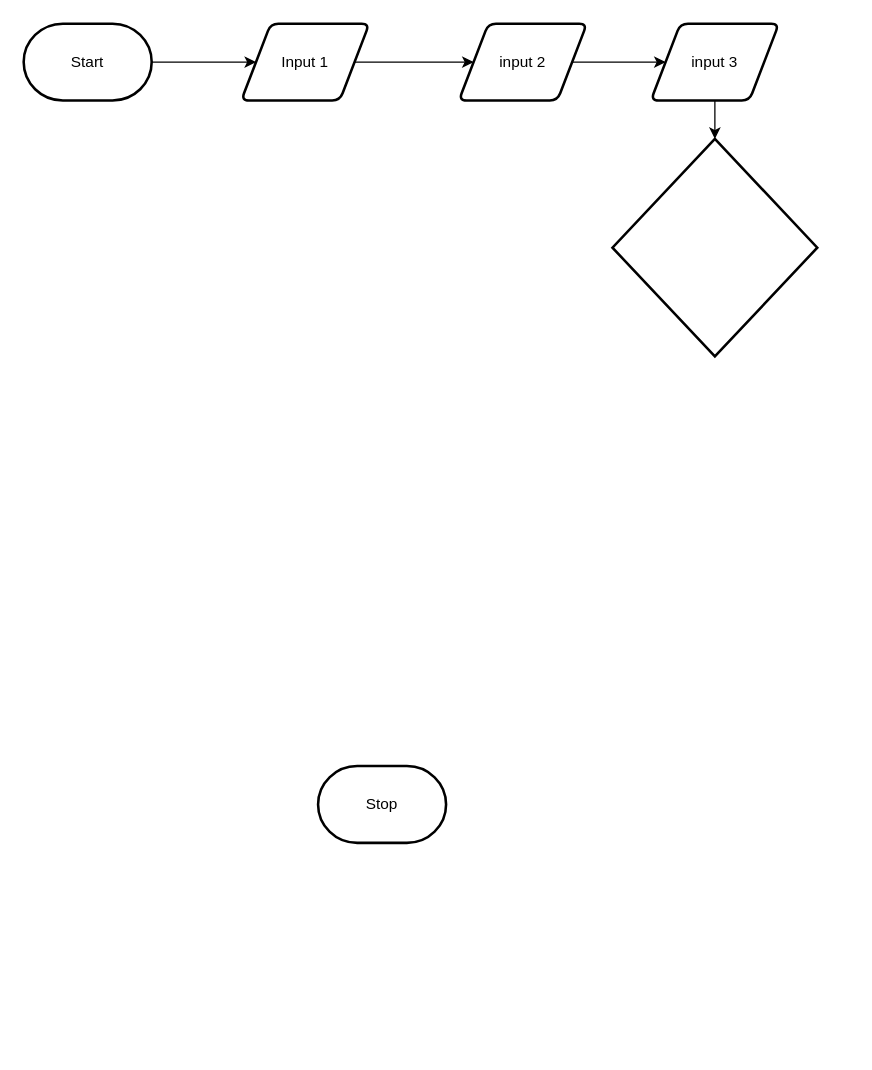
Above: design/flow-chart.drawio in Emmanuel-Fofeyin/ICS2O-Unit5-05-HTML (draw.io), before the change. Source tidied: cells renumbered, new cells numbered last; positions are measured from the earlier drawing's top-left corner, leaving out a move shared by most shapes. Both pictures are drawn from the tidied source at 128%, with x=0, y=0 at pixel (23, 23).
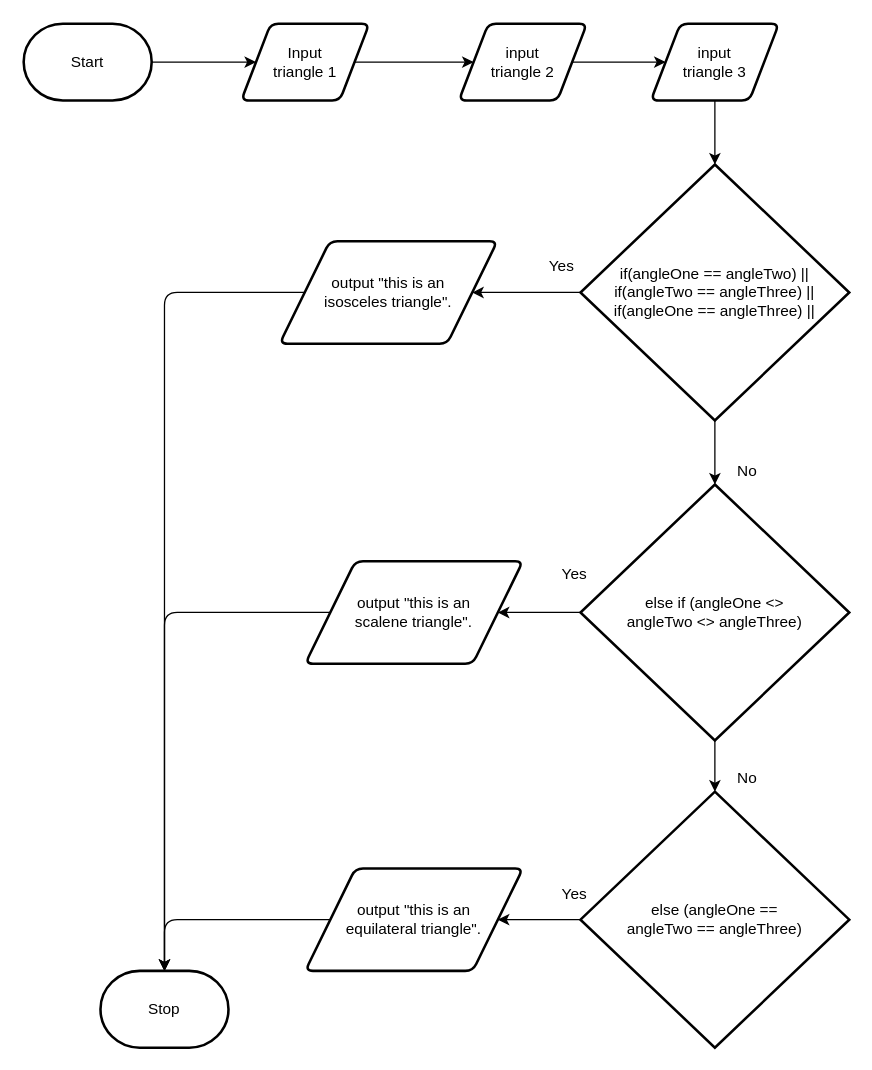
The same page after the edit.

Change to the diagram source:
```diff
@@
-    <mxCell id="5" value="Input 1" style="shape=parallelogram;html=1;strokeWidth=2;perimeter=parallelogramPerimeter;whiteSpace=wrap;rounded=1;arcSize=12;size=0.23;" parent="1" vertex="1">
+    <mxCell id="5" value="Input&lt;br&gt;triangle 1" style="shape=parallelogram;html=1;strokeWidth=2;perimeter=parallelogramPerimeter;whiteSpace=wrap;rounded=1;arcSize=12;size=0.23;" parent="1" vertex="1">
       <mxGeometry x="170" width="100" height="60" as="geometry" />
     </mxCell>
-    <mxCell id="6" value="input 2" style="shape=parallelogram;html=1;strokeWidth=2;perimeter=parallelogramPerimeter;whiteSpace=wrap;rounded=1;arcSize=12;size=0.23;" parent="1" vertex="1">
+    <mxCell id="6" value="input&lt;br&gt;triangle 2" style="shape=parallelogram;html=1;strokeWidth=2;perimeter=parallelogramPerimeter;whiteSpace=wrap;rounded=1;arcSize=12;size=0.23;" parent="1" vertex="1">
       <mxGeometry x="340" width="100" height="60" as="geometry" />
     </mxCell>
     <mxCell id="7" value="Stop" style="strokeWidth=2;html=1;shape=mxgraph.flowchart.terminator;whiteSpace=wrap;" parent="1" vertex="1">
-      <mxGeometry x="230" y="580" width="100" height="60" as="geometry" />
+      <mxGeometry x="60" y="740" width="100" height="60" as="geometry" />
     </mxCell>
-    <mxCell id="8" value="input 3" style="shape=parallelogram;html=1;strokeWidth=2;perimeter=parallelogramPerimeter;whiteSpace=wrap;rounded=1;arcSize=12;size=0.23;" parent="1" vertex="1">
+    <mxCell id="8" value="input&lt;br&gt;triangle 3" style="shape=parallelogram;html=1;strokeWidth=2;perimeter=parallelogramPerimeter;whiteSpace=wrap;rounded=1;arcSize=12;size=0.23;" parent="1" vertex="1">
       <mxGeometry x="490" width="100" height="60" as="geometry" />
     </mxCell>
@@
-    <mxCell id="11" style="strokeWidth=2;html=1;shape=mxgraph.flowchart.decision;whiteSpace=wrap;" parent="1" vertex="1">
-      <mxGeometry x="460" y="90" width="160" height="170" as="geometry" />
+    <mxCell id="11" value="if(angleOne == angleTwo) ||&lt;br&gt;if(angleTwo == angleThree) ||&lt;br&gt;if(angleOne == angleThree) ||" style="strokeWidth=2;html=1;shape=mxgraph.flowchart.decision;whiteSpace=wrap;" parent="1" vertex="1">
+      <mxGeometry x="435" y="110" width="210" height="200" as="geometry" />
     </mxCell>
+    <mxCell id="12" style="edgeStyle=none;html=1;exitX=0.5;exitY=1;exitDx=0;exitDy=0;exitPerimeter=0;entryX=0.5;entryY=0;entryDx=0;entryDy=0;entryPerimeter=0;" parent="1" edge="1" source="11" target="13">
+      <mxGeometry relative="1" as="geometry" />
+    </mxCell>
+    <mxCell id="13" value="else if (angleOne &amp;lt;&amp;gt; &lt;br&gt;angleTwo &amp;lt;&amp;gt; angleThree)&lt;br&gt;" style="strokeWidth=2;html=1;shape=mxgraph.flowchart.decision;whiteSpace=wrap;" parent="1" vertex="1">
+      <mxGeometry x="435" y="360" width="210" height="200" as="geometry" />
+    </mxCell>
+    <mxCell id="14" value="&lt;span&gt;else (angleOne ==&lt;/span&gt;&lt;br&gt;&lt;span&gt;angleTwo == angleThree)&lt;/span&gt;" style="strokeWidth=2;html=1;shape=mxgraph.flowchart.decision;whiteSpace=wrap;" parent="1" vertex="1">
+      <mxGeometry x="435" y="600" width="210" height="200" as="geometry" />
+    </mxCell>
+    <mxCell id="15" style="edgeStyle=none;html=1;exitX=0.5;exitY=1;exitDx=0;exitDy=0;exitPerimeter=0;entryX=0.5;entryY=0;entryDx=0;entryDy=0;entryPerimeter=0;" parent="1" edge="1" source="13" target="14">
+      <mxGeometry relative="1" as="geometry" />
+    </mxCell>
+    <mxCell id="16" value="No" style="text;html=1;align=center;verticalAlign=middle;strokeColor=none;fillColor=none;" parent="1" vertex="1">
+      <mxGeometry x="550" y="340" width="30" height="20" as="geometry" />
+    </mxCell>
+    <mxCell id="17" value="No" style="text;html=1;align=center;verticalAlign=middle;strokeColor=none;fillColor=none;" parent="1" vertex="1">
+      <mxGeometry x="550" y="580" width="30" height="20" as="geometry" />
+    </mxCell>
+    <mxCell id="18" style="edgeStyle=none;html=1;exitX=0;exitY=0.5;exitDx=0;exitDy=0;exitPerimeter=0;entryX=1;entryY=0.5;entryDx=0;entryDy=0;" parent="1" edge="1" source="11" target="21">
+      <mxGeometry relative="1" as="geometry" />
+    </mxCell>
+    <mxCell id="19" style="edgeStyle=none;html=1;exitX=0;exitY=0.5;exitDx=0;exitDy=0;exitPerimeter=0;entryX=1;entryY=0.5;entryDx=0;entryDy=0;" parent="1" edge="1" source="13" target="22">
+      <mxGeometry relative="1" as="geometry" />
+    </mxCell>
+    <mxCell id="20" style="edgeStyle=none;html=1;exitX=0;exitY=0.5;exitDx=0;exitDy=0;exitPerimeter=0;entryX=1;entryY=0.5;entryDx=0;entryDy=0;" parent="1" edge="1" source="14" target="23">
+      <mxGeometry relative="1" as="geometry" />
+    </mxCell>
+    <mxCell id="21" value="output &quot;this is an &lt;br&gt;isosceles triangle&quot;." style="shape=parallelogram;html=1;strokeWidth=2;perimeter=parallelogramPerimeter;whiteSpace=wrap;rounded=1;arcSize=12;size=0.23;" parent="1" vertex="1">
+      <mxGeometry x="200" y="170" width="170" height="80" as="geometry" />
+    </mxCell>
+    <mxCell id="22" value="&lt;span&gt;output &quot;this is an&lt;/span&gt;&lt;br&gt;&lt;span&gt;scalene triangle&quot;.&lt;/span&gt;" style="shape=parallelogram;html=1;strokeWidth=2;perimeter=parallelogramPerimeter;whiteSpace=wrap;rounded=1;arcSize=12;size=0.23;" parent="1" vertex="1">
+      <mxGeometry x="220" y="420" width="170" height="80" as="geometry" />
+    </mxCell>
+    <mxCell id="23" value="&lt;span&gt;output &quot;this is an&lt;/span&gt;&lt;br&gt;&lt;span&gt;equilateral triangle&quot;.&lt;/span&gt;" style="shape=parallelogram;html=1;strokeWidth=2;perimeter=parallelogramPerimeter;whiteSpace=wrap;rounded=1;arcSize=12;size=0.23;" parent="1" vertex="1">
+      <mxGeometry x="220" y="660" width="170" height="80" as="geometry" />
+    </mxCell>
+    <mxCell id="24" value="Yes" style="text;html=1;align=center;verticalAlign=middle;strokeColor=none;fillColor=none;" parent="1" vertex="1">
+      <mxGeometry x="400" y="180" width="40" height="20" as="geometry" />
+    </mxCell>
+    <mxCell id="25" value="Yes" style="text;html=1;align=center;verticalAlign=middle;strokeColor=none;fillColor=none;" parent="1" vertex="1">
+      <mxGeometry x="410" y="420" width="40" height="20" as="geometry" />
+    </mxCell>
+    <mxCell id="26" value="Yes" style="text;html=1;align=center;verticalAlign=middle;strokeColor=none;fillColor=none;" parent="1" vertex="1">
+      <mxGeometry x="410" y="670" width="40" height="20" as="geometry" />
+    </mxCell>
+    <mxCell id="27" style="edgeStyle=segmentEdgeStyle;endArrow=classic;html=1;exitX=0;exitY=0.5;exitDx=0;exitDy=0;entryX=0.5;entryY=0;entryDx=0;entryDy=0;entryPerimeter=0;" parent="1" edge="1" source="21" target="7">
+      <mxGeometry relative="1" as="geometry" />
+    </mxCell>
+    <mxCell id="28" style="edgeStyle=segmentEdgeStyle;endArrow=classic;html=1;exitX=0;exitY=0.5;exitDx=0;exitDy=0;" parent="1" edge="1" source="22">
+      <mxGeometry relative="1" as="geometry">
+        <mxPoint x="110" y="740" as="targetPoint" />
+      </mxGeometry>
+    </mxCell>
+    <mxCell id="29" style="edgeStyle=segmentEdgeStyle;endArrow=classic;html=1;exitX=0;exitY=0.5;exitDx=0;exitDy=0;" parent="1" edge="1" source="23">
+      <mxGeometry relative="1" as="geometry">
+        <mxPoint x="110" y="740" as="targetPoint" />
+        <Array as="points">
+          <mxPoint x="110" y="700" />
+        </Array>
+      </mxGeometry>
+    </mxCell>
```
